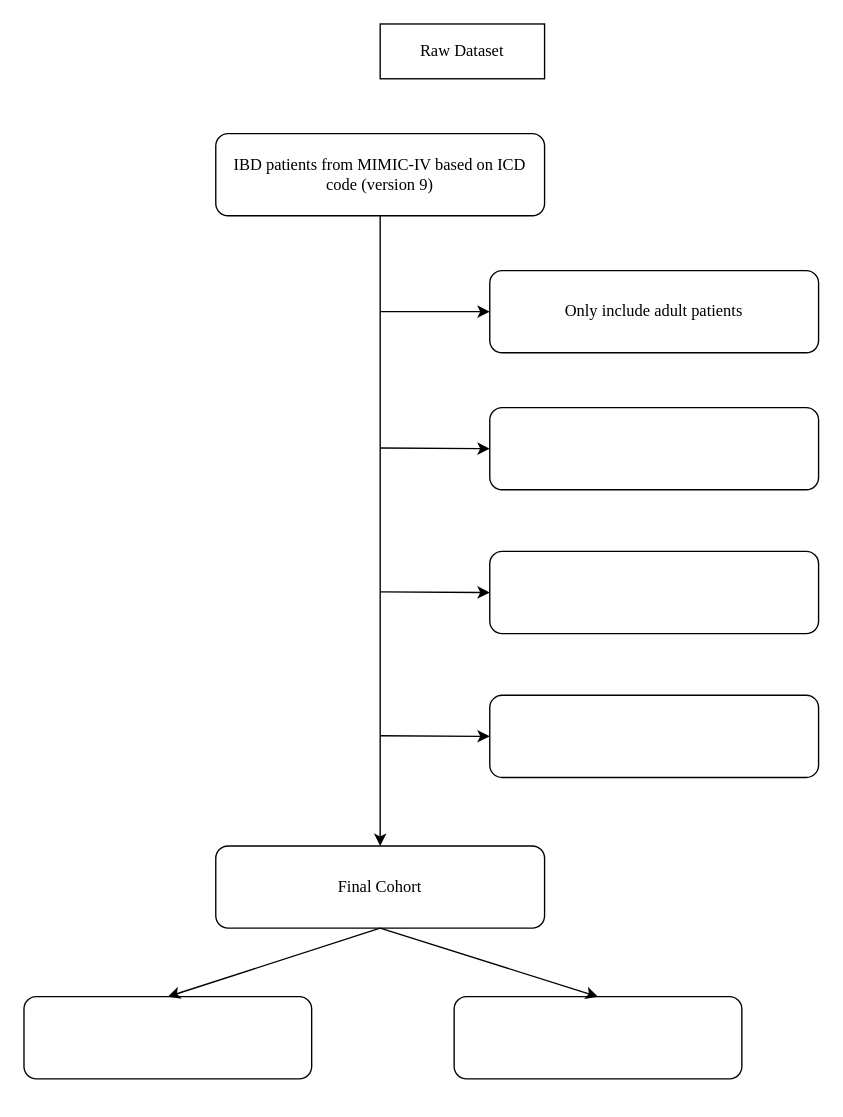
The draw.io diagram procedures.drawio in sitdownkevin/ImageHosting, before the edit. Source tidied: cells renumbered, new cells numbered last; positions are measured from the earlier drawing's top-left corner, leaving out a move shared by most shapes. Both pictures are drawn from the tidied source at 137%, with x=0, y=0 at pixel (23, 23).
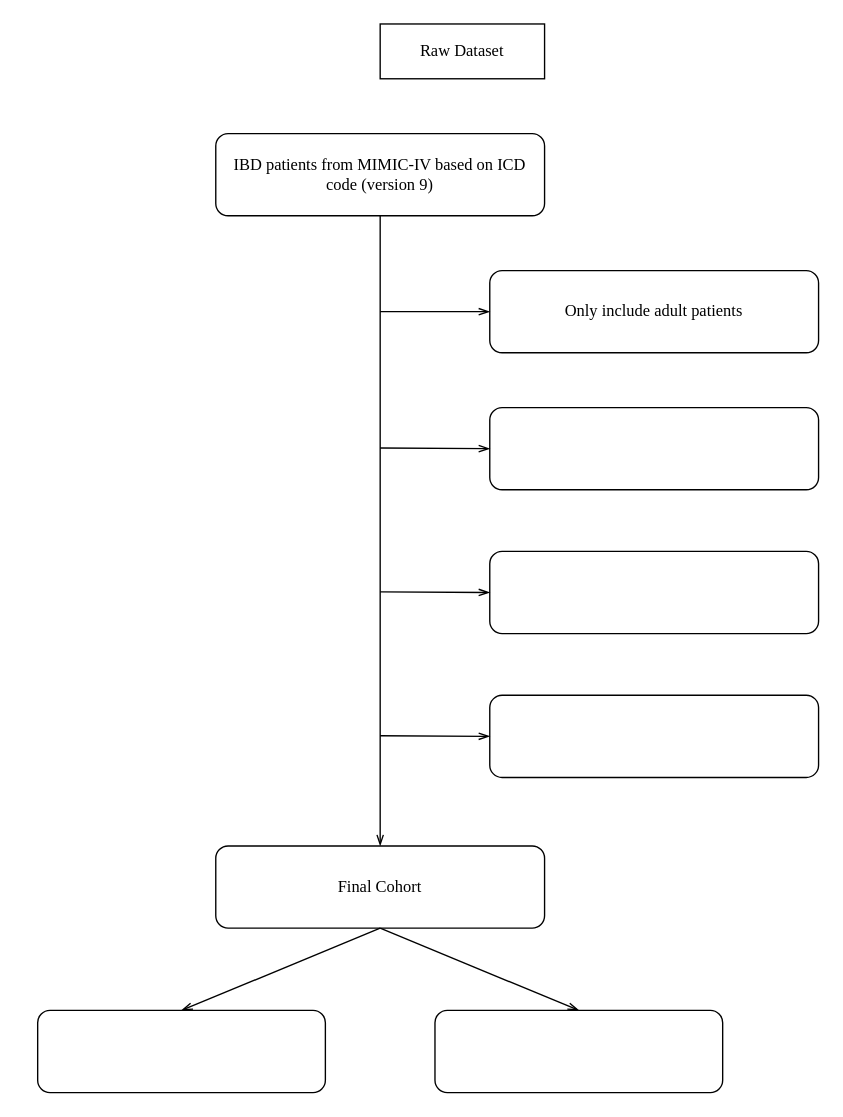
The same diagram, later.

The change refers to these unchanged cells:
```xml
<mxCell id="3" value="IBD patients from MIMIC-IV based on ICD code (version 9)" style="rounded=1;whiteSpace=wrap;html=1;fontFamily=Times New Roman;" parent="1" vertex="1">
  <mxGeometry x="140" y="80" width="240" height="60" as="geometry" />
</mxCell>
<mxCell id="5" value="Final Cohort" style="rounded=1;whiteSpace=wrap;html=1;fontFamily=Times New Roman;" parent="1" vertex="1">
  <mxGeometry x="140" y="600" width="240" height="60" as="geometry" />
</mxCell>
<mxCell id="6" value="Only include adult patients" style="rounded=1;whiteSpace=wrap;html=1;fontFamily=Times New Roman;" parent="1" vertex="1">
  <mxGeometry x="340" y="180" width="240" height="60" as="geometry" />
</mxCell>
<mxCell id="7" style="rounded=1;whiteSpace=wrap;html=1;" parent="1" vertex="1">
  <mxGeometry x="340" y="280" width="240" height="60" as="geometry" />
</mxCell>
<mxCell id="8" style="rounded=1;whiteSpace=wrap;html=1;" parent="1" vertex="1">
  <mxGeometry x="340" y="385" width="240" height="60" as="geometry" />
</mxCell>
<mxCell id="9" style="rounded=1;whiteSpace=wrap;html=1;" parent="1" vertex="1">
  <mxGeometry x="340" y="490" width="240" height="60" as="geometry" />
</mxCell>
```

Diff of the diagram source:
```diff
@@
-    <mxCell id="2" style="rounded=0;jettySize=auto;html=1;" parent="1" edge="1" source="3" target="5">
-      <mxGeometry relative="1" as="geometry">
-        <Array as="points">
-          <mxPoint x="260" y="220" />
-        </Array>
-      </mxGeometry>
+    <mxCell id="2" style="rounded=0;jettySize=auto;html=1;endArrow=openThin;endFill=0;" parent="1" edge="1" source="3" target="5">
+      <mxGeometry relative="1" as="geometry" />
     </mxCell>
@@
-    <mxCell id="10" style="endArrow=classic;html=1;rounded=0;entryX=0;entryY=0.5;entryDx=0;entryDy=0;" parent="1" edge="1" target="6">
+    <mxCell id="10" style="endArrow=openThin;html=1;rounded=0;entryX=0;entryY=0.5;entryDx=0;entryDy=0;endFill=0;" parent="1" edge="1" target="6">
       <mxGeometry relative="1" as="geometry">
         <mxPoint x="260" y="210" as="sourcePoint" />
       </mxGeometry>
     </mxCell>
-    <mxCell id="11" style="endArrow=classic;html=1;rounded=0;entryX=0;entryY=0.5;entryDx=0;entryDy=0;" parent="1" edge="1" target="7">
+    <mxCell id="11" style="endArrow=openThin;html=1;rounded=0;entryX=0;entryY=0.5;entryDx=0;entryDy=0;endFill=0;" parent="1" edge="1" target="7">
       <mxGeometry relative="1" as="geometry">
         <mxPoint x="260" y="309.5" as="sourcePoint" />
       </mxGeometry>
     </mxCell>
-    <mxCell id="12" style="endArrow=classic;html=1;rounded=0;entryX=0;entryY=0.5;entryDx=0;entryDy=0;" parent="1" edge="1" target="8">
+    <mxCell id="12" style="endArrow=openThin;html=1;rounded=0;entryX=0;entryY=0.5;entryDx=0;entryDy=0;endFill=0;" parent="1" edge="1" target="8">
       <mxGeometry relative="1" as="geometry">
         <mxPoint x="260" y="414.5" as="sourcePoint" />
       </mxGeometry>
     </mxCell>
-    <mxCell id="13" style="endArrow=classic;html=1;rounded=0;entryX=0;entryY=0.5;entryDx=0;entryDy=0;" parent="1" edge="1" target="9">
+    <mxCell id="13" style="endArrow=openThin;html=1;rounded=0;entryX=0;entryY=0.5;entryDx=0;entryDy=0;endFill=0;" parent="1" edge="1" target="9">
       <mxGeometry relative="1" as="geometry">
         <mxPoint x="260" y="519.5" as="sourcePoint" />
       </mxGeometry>
     </mxCell>
     <mxCell id="14" style="rounded=1;whiteSpace=wrap;html=1;" parent="1" vertex="1">
-      <mxGeometry y="710" width="210" height="60" as="geometry" />
+      <mxGeometry x="10" y="720" width="210" height="60" as="geometry" />
     </mxCell>
     <mxCell id="15" style="rounded=1;whiteSpace=wrap;html=1;" parent="1" vertex="1">
-      <mxGeometry x="314" y="710" width="210" height="60" as="geometry" />
+      <mxGeometry x="300" y="720" width="210" height="60" as="geometry" />
     </mxCell>
-    <mxCell id="16" style="endArrow=classic;html=1;rounded=0;exitX=0.5;exitY=1;exitDx=0;exitDy=0;entryX=0.5;entryY=0;entryDx=0;entryDy=0;" parent="1" edge="1" source="5" target="14">
+    <mxCell id="16" style="endArrow=openThin;html=1;rounded=0;exitX=0.5;exitY=1;exitDx=0;exitDy=0;entryX=0.5;entryY=0;entryDx=0;entryDy=0;endFill=0;" parent="1" edge="1" source="5" target="14">
       <mxGeometry relative="1" as="geometry" />
     </mxCell>
-    <mxCell id="17" style="endArrow=classic;html=1;rounded=0;exitX=0.5;exitY=1;exitDx=0;exitDy=0;entryX=0.5;entryY=0;entryDx=0;entryDy=0;" parent="1" edge="1" source="5" target="15">
+    <mxCell id="17" style="endArrow=openThin;html=1;rounded=0;exitX=0.5;exitY=1;exitDx=0;exitDy=0;entryX=0.5;entryY=0;entryDx=0;entryDy=0;endFill=0;" parent="1" edge="1" source="5" target="15">
       <mxGeometry relative="1" as="geometry" />
     </mxCell>
```
